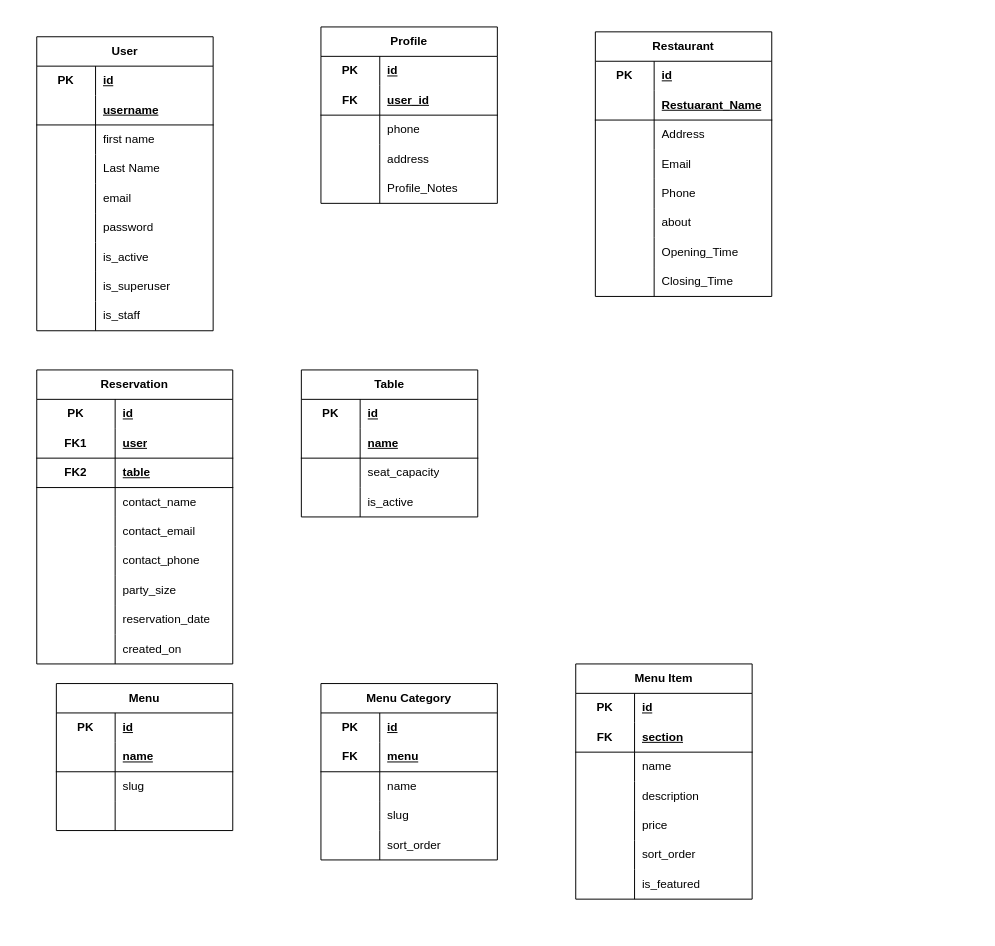
This is documentation/EntityModel.drawio from alancoomeynts-hub/casadonizetti, a draw.io file, before an edit. Source tidied: cells renumbered, new cells numbered last; positions are measured from the earlier drawing's top-left corner, leaving out a move shared by most shapes. Both pictures are drawn from the tidied source at 98%, with x=0, y=0 at pixel (36, 26).
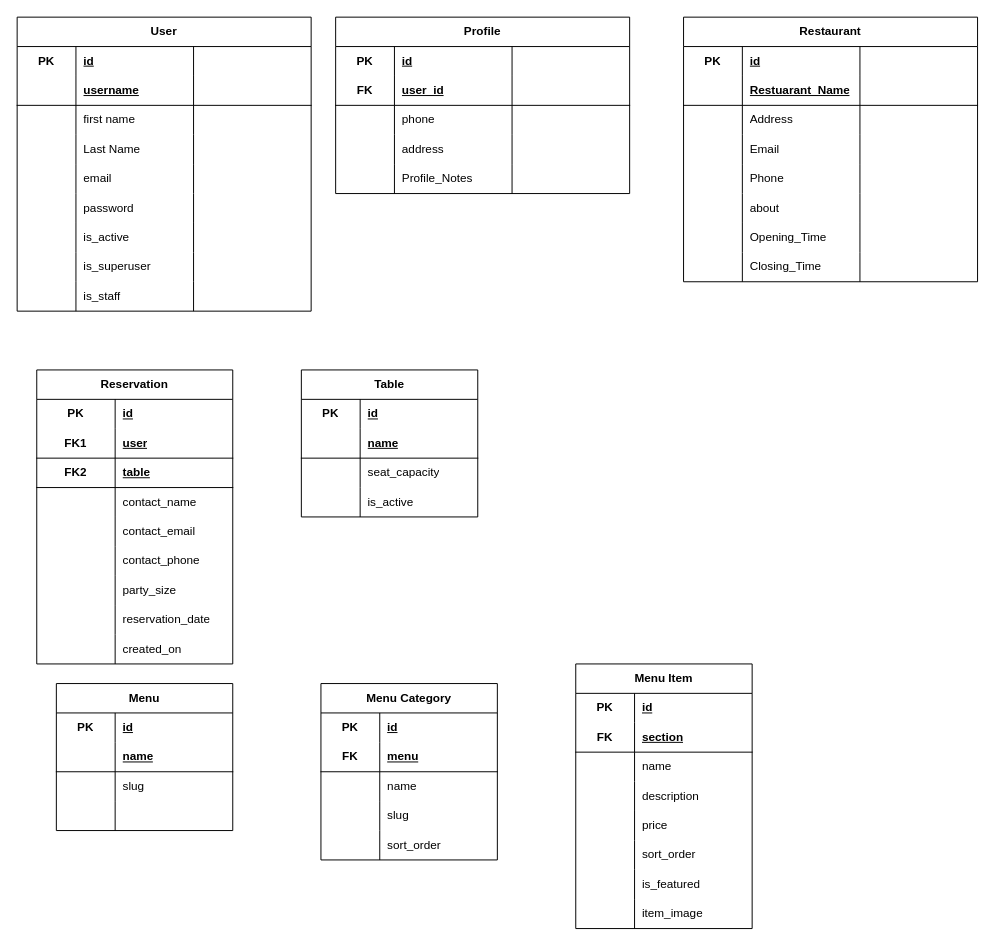
After the change.

Diff of the diagram source:
```diff
@@
     <mxCell id="2" value="User" style="shape=table;startSize=30;childLayout=tableLayout;rowLines=0;fontStyle=1;align=center;html=1;whiteSpace=wrap;" parent="1" vertex="1">
-      <mxGeometry y="10" width="180" height="300" as="geometry" />
+      <mxGeometry x="-20" y="-10" width="300" height="300" as="geometry" />
     </mxCell>
     <mxCell id="3" style="shape=tableRow;horizontal=0;startSize=0;swimlaneHead=0;swimlaneBody=0;fillColor=none;top=0;left=0;right=0;bottom=0;html=1;" parent="2" vertex="1">
-      <mxGeometry y="30" width="180" height="30" as="geometry" />
+      <mxGeometry y="30" width="300" height="30" as="geometry" />
     </mxCell>
@@
+    <mxCell id="163" style="shape=partialRectangle;fillColor=none;top=0;left=0;bottom=0;right=0;align=left;spacingLeft=6;fontStyle=5;overflow=hidden;html=1;whiteSpace=wrap;" parent="3" vertex="1">
+      <mxGeometry x="180" width="120" height="30" as="geometry" />
+    </mxCell>
     <mxCell id="6" style="shape=tableRow;horizontal=0;startSize=0;swimlaneHead=0;swimlaneBody=0;fillColor=none;top=0;left=0;right=0;bottom=1;html=1;" parent="2" vertex="1">
-      <mxGeometry y="60" width="180" height="30" as="geometry" />
+      <mxGeometry y="60" width="300" height="30" as="geometry" />
     </mxCell>
@@
+    <mxCell id="164" style="shape=partialRectangle;fillColor=none;top=0;left=0;bottom=0;right=0;align=left;spacingLeft=6;fontStyle=5;overflow=hidden;html=1;whiteSpace=wrap;" parent="6" vertex="1">
+      <mxGeometry x="180" width="120" height="30" as="geometry" />
+    </mxCell>
     <mxCell id="9" style="shape=tableRow;horizontal=0;startSize=0;swimlaneHead=0;swimlaneBody=0;fillColor=none;top=0;left=0;right=0;bottom=0;html=1;" parent="2" vertex="1">
-      <mxGeometry y="90" width="180" height="30" as="geometry" />
+      <mxGeometry y="90" width="300" height="30" as="geometry" />
     </mxCell>
@@
+    <mxCell id="165" style="shape=partialRectangle;fillColor=none;top=0;left=0;bottom=0;right=0;align=left;spacingLeft=6;overflow=hidden;html=1;whiteSpace=wrap;" parent="9" vertex="1">
+      <mxGeometry x="180" width="120" height="30" as="geometry" />
+    </mxCell>
     <mxCell id="12" style="shape=tableRow;horizontal=0;startSize=0;swimlaneHead=0;swimlaneBody=0;fillColor=none;top=0;left=0;right=0;bottom=0;html=1;" parent="2" vertex="1">
-      <mxGeometry y="120" width="180" height="30" as="geometry" />
+      <mxGeometry y="120" width="300" height="30" as="geometry" />
     </mxCell>
@@
+    <mxCell id="166" style="shape=partialRectangle;fillColor=none;top=0;left=0;bottom=0;right=0;align=left;spacingLeft=6;overflow=hidden;html=1;whiteSpace=wrap;" parent="12" vertex="1">
+      <mxGeometry x="180" width="120" height="30" as="geometry" />
+    </mxCell>
     <mxCell id="15" style="shape=tableRow;horizontal=0;startSize=0;swimlaneHead=0;swimlaneBody=0;fillColor=none;top=0;left=0;right=0;bottom=0;html=1;" parent="2" vertex="1">
-      <mxGeometry y="150" width="180" height="30" as="geometry" />
+      <mxGeometry y="150" width="300" height="30" as="geometry" />
     </mxCell>
@@
+    <mxCell id="167" style="shape=partialRectangle;fillColor=none;top=0;left=0;bottom=0;right=0;align=left;spacingLeft=6;overflow=hidden;html=1;whiteSpace=wrap;" parent="15" vertex="1">
+      <mxGeometry x="180" width="120" height="30" as="geometry" />
+    </mxCell>
     <mxCell id="18" style="shape=tableRow;horizontal=0;startSize=0;swimlaneHead=0;swimlaneBody=0;fillColor=none;top=0;left=0;right=0;bottom=0;html=1;" parent="2" vertex="1">
-      <mxGeometry y="180" width="180" height="30" as="geometry" />
+      <mxGeometry y="180" width="300" height="30" as="geometry" />
     </mxCell>
@@
+    <mxCell id="168" style="shape=partialRectangle;fillColor=none;top=0;left=0;bottom=0;right=0;align=left;spacingLeft=6;overflow=hidden;html=1;whiteSpace=wrap;" parent="18" vertex="1">
+      <mxGeometry x="180" width="120" height="30" as="geometry" />
+    </mxCell>
     <mxCell id="21" style="shape=tableRow;horizontal=0;startSize=0;swimlaneHead=0;swimlaneBody=0;fillColor=none;top=0;left=0;right=0;bottom=0;html=1;" parent="2" vertex="1">
-      <mxGeometry y="210" width="180" height="30" as="geometry" />
+      <mxGeometry y="210" width="300" height="30" as="geometry" />
     </mxCell>
@@
+    <mxCell id="169" style="shape=partialRectangle;fillColor=none;top=0;left=0;bottom=0;right=0;align=left;spacingLeft=6;overflow=hidden;html=1;whiteSpace=wrap;" parent="21" vertex="1">
+      <mxGeometry x="180" width="120" height="30" as="geometry" />
+    </mxCell>
     <mxCell id="24" style="shape=tableRow;horizontal=0;startSize=0;swimlaneHead=0;swimlaneBody=0;fillColor=none;top=0;left=0;right=0;bottom=0;html=1;" parent="2" vertex="1">
-      <mxGeometry y="240" width="180" height="30" as="geometry" />
+      <mxGeometry y="240" width="300" height="30" as="geometry" />
     </mxCell>
@@
+    <mxCell id="170" style="shape=partialRectangle;fillColor=none;top=0;left=0;bottom=0;right=0;align=left;spacingLeft=6;overflow=hidden;html=1;whiteSpace=wrap;" parent="24" vertex="1">
+      <mxGeometry x="180" width="120" height="30" as="geometry" />
+    </mxCell>
     <mxCell id="27" style="shape=tableRow;horizontal=0;startSize=0;swimlaneHead=0;swimlaneBody=0;fillColor=none;top=0;left=0;right=0;bottom=0;html=1;" parent="2" vertex="1">
-      <mxGeometry y="270" width="180" height="30" as="geometry" />
+      <mxGeometry y="270" width="300" height="30" as="geometry" />
     </mxCell>
@@
+    <mxCell id="171" style="shape=partialRectangle;fillColor=none;top=0;left=0;bottom=0;right=0;align=left;spacingLeft=6;overflow=hidden;html=1;whiteSpace=wrap;" parent="27" vertex="1">
+      <mxGeometry x="180" width="120" height="30" as="geometry" />
+    </mxCell>
     <mxCell id="30" value="Profile" style="shape=table;startSize=30;childLayout=tableLayout;rowLines=0;fontStyle=1;align=center;html=1;whiteSpace=wrap;" parent="1" vertex="1">
-      <mxGeometry x="290" width="180" height="180" as="geometry" />
+      <mxGeometry x="305" y="-10" width="300" height="180" as="geometry" />
     </mxCell>
     <mxCell id="31" style="shape=tableRow;horizontal=0;startSize=0;swimlaneHead=0;swimlaneBody=0;fillColor=none;top=0;left=0;right=0;bottom=0;html=1;" parent="30" vertex="1">
-      <mxGeometry y="30" width="180" height="30" as="geometry" />
+      <mxGeometry y="30" width="300" height="30" as="geometry" />
     </mxCell>
@@
+    <mxCell id="172" style="shape=partialRectangle;fillColor=none;top=0;left=0;bottom=0;right=0;align=left;spacingLeft=6;fontStyle=5;overflow=hidden;html=1;whiteSpace=wrap;" parent="31" vertex="1">
+      <mxGeometry x="180" width="120" height="30" as="geometry" />
+    </mxCell>
     <mxCell id="34" style="shape=tableRow;horizontal=0;startSize=0;swimlaneHead=0;swimlaneBody=0;fillColor=none;top=0;left=0;right=0;bottom=1;html=1;" parent="30" vertex="1">
-      <mxGeometry y="60" width="180" height="30" as="geometry" />
+      <mxGeometry y="60" width="300" height="30" as="geometry" />
     </mxCell>
@@
+    <mxCell id="173" style="shape=partialRectangle;fillColor=none;top=0;left=0;bottom=0;right=0;align=left;spacingLeft=6;fontStyle=5;overflow=hidden;html=1;whiteSpace=wrap;" parent="34" vertex="1">
+      <mxGeometry x="180" width="120" height="30" as="geometry" />
+    </mxCell>
     <mxCell id="37" style="shape=tableRow;horizontal=0;startSize=0;swimlaneHead=0;swimlaneBody=0;fillColor=none;top=0;left=0;right=0;bottom=0;html=1;" parent="30" vertex="1">
-      <mxGeometry y="90" width="180" height="30" as="geometry" />
+      <mxGeometry y="90" width="300" height="30" as="geometry" />
     </mxCell>
@@
+    <mxCell id="174" style="shape=partialRectangle;fillColor=none;top=0;left=0;bottom=0;right=0;align=left;spacingLeft=6;overflow=hidden;html=1;whiteSpace=wrap;" parent="37" vertex="1">
+      <mxGeometry x="180" width="120" height="30" as="geometry" />
+    </mxCell>
     <mxCell id="40" style="shape=tableRow;horizontal=0;startSize=0;swimlaneHead=0;swimlaneBody=0;fillColor=none;top=0;left=0;right=0;bottom=0;html=1;" parent="30" vertex="1">
-      <mxGeometry y="120" width="180" height="30" as="geometry" />
+      <mxGeometry y="120" width="300" height="30" as="geometry" />
     </mxCell>
@@
+    <mxCell id="175" style="shape=partialRectangle;fillColor=none;top=0;left=0;bottom=0;right=0;align=left;spacingLeft=6;overflow=hidden;html=1;whiteSpace=wrap;" parent="40" vertex="1">
+      <mxGeometry x="180" width="120" height="30" as="geometry" />
+    </mxCell>
     <mxCell id="43" style="shape=tableRow;horizontal=0;startSize=0;swimlaneHead=0;swimlaneBody=0;fillColor=none;top=0;left=0;right=0;bottom=0;html=1;" parent="30" vertex="1">
-      <mxGeometry y="150" width="180" height="30" as="geometry" />
+      <mxGeometry y="150" width="300" height="30" as="geometry" />
     </mxCell>
@@
+    <mxCell id="176" style="shape=partialRectangle;fillColor=none;top=0;left=0;bottom=0;right=0;align=left;spacingLeft=6;overflow=hidden;html=1;whiteSpace=wrap;" parent="43" vertex="1">
+      <mxGeometry x="180" width="120" height="30" as="geometry" />
+    </mxCell>
@@
     <mxCell id="116" value="Restaurant" style="shape=table;startSize=30;childLayout=tableLayout;rowLines=0;fontStyle=1;align=center;html=1;whiteSpace=wrap;" parent="1" vertex="1">
-      <mxGeometry x="570" y="5" width="180" height="270" as="geometry" />
+      <mxGeometry x="660" y="-10" width="300" height="270" as="geometry" />
     </mxCell>
     <mxCell id="117" style="shape=tableRow;horizontal=0;startSize=0;swimlaneHead=0;swimlaneBody=0;fillColor=none;top=0;left=0;right=0;bottom=0;html=1;" parent="116" vertex="1">
-      <mxGeometry y="30" width="180" height="30" as="geometry" />
+      <mxGeometry y="30" width="300" height="30" as="geometry" />
     </mxCell>
@@
+    <mxCell id="177" style="shape=partialRectangle;fillColor=none;top=0;left=0;bottom=0;right=0;align=left;spacingLeft=6;fontStyle=5;overflow=hidden;html=1;whiteSpace=wrap;" parent="117" vertex="1">
+      <mxGeometry x="180" width="120" height="30" as="geometry" />
+    </mxCell>
     <mxCell id="120" style="shape=tableRow;horizontal=0;startSize=0;swimlaneHead=0;swimlaneBody=0;fillColor=none;top=0;left=0;right=0;bottom=1;html=1;" parent="116" vertex="1">
-      <mxGeometry y="60" width="180" height="30" as="geometry" />
+      <mxGeometry y="60" width="300" height="30" as="geometry" />
     </mxCell>
@@
+    <mxCell id="178" style="shape=partialRectangle;fillColor=none;top=0;left=0;bottom=0;right=0;align=left;spacingLeft=6;fontStyle=5;overflow=hidden;html=1;whiteSpace=wrap;" parent="120" vertex="1">
+      <mxGeometry x="180" width="120" height="30" as="geometry" />
+    </mxCell>
     <mxCell id="123" style="shape=tableRow;horizontal=0;startSize=0;swimlaneHead=0;swimlaneBody=0;fillColor=none;top=0;left=0;right=0;bottom=0;html=1;" parent="116" vertex="1">
-      <mxGeometry y="90" width="180" height="30" as="geometry" />
+      <mxGeometry y="90" width="300" height="30" as="geometry" />
     </mxCell>
@@
+    <mxCell id="179" style="shape=partialRectangle;fillColor=none;top=0;left=0;bottom=0;right=0;align=left;spacingLeft=6;overflow=hidden;html=1;whiteSpace=wrap;" parent="123" vertex="1">
+      <mxGeometry x="180" width="120" height="30" as="geometry" />
+    </mxCell>
     <mxCell id="126" style="shape=tableRow;horizontal=0;startSize=0;swimlaneHead=0;swimlaneBody=0;fillColor=none;top=0;left=0;right=0;bottom=0;html=1;" parent="116" vertex="1">
-      <mxGeometry y="120" width="180" height="30" as="geometry" />
+      <mxGeometry y="120" width="300" height="30" as="geometry" />
     </mxCell>
@@
+    <mxCell id="180" style="shape=partialRectangle;fillColor=none;top=0;left=0;bottom=0;right=0;align=left;spacingLeft=6;overflow=hidden;html=1;whiteSpace=wrap;" parent="126" vertex="1">
+      <mxGeometry x="180" width="120" height="30" as="geometry" />
+    </mxCell>
     <mxCell id="129" style="shape=tableRow;horizontal=0;startSize=0;swimlaneHead=0;swimlaneBody=0;fillColor=none;top=0;left=0;right=0;bottom=0;html=1;" parent="116" vertex="1">
-      <mxGeometry y="150" width="180" height="30" as="geometry" />
+      <mxGeometry y="150" width="300" height="30" as="geometry" />
     </mxCell>
@@
+    <mxCell id="181" style="shape=partialRectangle;fillColor=none;top=0;left=0;bottom=0;right=0;align=left;spacingLeft=6;overflow=hidden;html=1;whiteSpace=wrap;" parent="129" vertex="1">
+      <mxGeometry x="180" width="120" height="30" as="geometry" />
+    </mxCell>
     <mxCell id="132" style="shape=tableRow;horizontal=0;startSize=0;swimlaneHead=0;swimlaneBody=0;fillColor=none;top=0;left=0;right=0;bottom=0;html=1;" parent="116" vertex="1">
-      <mxGeometry y="180" width="180" height="30" as="geometry" />
+      <mxGeometry y="180" width="300" height="30" as="geometry" />
     </mxCell>
@@
+    <mxCell id="182" style="shape=partialRectangle;fillColor=none;top=0;left=0;bottom=0;right=0;align=left;spacingLeft=6;overflow=hidden;html=1;whiteSpace=wrap;" parent="132" vertex="1">
+      <mxGeometry x="180" width="120" height="30" as="geometry" />
+    </mxCell>
     <mxCell id="135" style="shape=tableRow;horizontal=0;startSize=0;swimlaneHead=0;swimlaneBody=0;fillColor=none;top=0;left=0;right=0;bottom=0;html=1;" parent="116" vertex="1">
-      <mxGeometry y="210" width="180" height="30" as="geometry" />
+      <mxGeometry y="210" width="300" height="30" as="geometry" />
     </mxCell>
@@
+    <mxCell id="183" style="shape=partialRectangle;fillColor=none;top=0;left=0;bottom=0;right=0;align=left;spacingLeft=6;overflow=hidden;html=1;whiteSpace=wrap;" parent="135" vertex="1">
+      <mxGeometry x="180" width="120" height="30" as="geometry" />
+    </mxCell>
     <mxCell id="138" style="shape=tableRow;horizontal=0;startSize=0;swimlaneHead=0;swimlaneBody=0;fillColor=none;top=0;left=0;right=0;bottom=0;html=1;" parent="116" vertex="1">
-      <mxGeometry y="240" width="180" height="30" as="geometry" />
+      <mxGeometry y="240" width="300" height="30" as="geometry" />
     </mxCell>
@@
+    <mxCell id="184" style="shape=partialRectangle;fillColor=none;top=0;left=0;bottom=0;right=0;align=left;spacingLeft=6;overflow=hidden;html=1;whiteSpace=wrap;" parent="138" vertex="1">
+      <mxGeometry x="180" width="120" height="30" as="geometry" />
+    </mxCell>
     <mxCell id="141" value="Menu Item" style="shape=table;startSize=30;childLayout=tableLayout;rowLines=0;fontStyle=1;align=center;html=1;whiteSpace=wrap;" parent="1" vertex="1">
-      <mxGeometry x="550" y="650" width="180" height="240" as="geometry" />
+      <mxGeometry x="550" y="650" width="180" height="270" as="geometry" />
     </mxCell>
@@
+    <mxCell id="185" style="shape=tableRow;horizontal=0;startSize=0;swimlaneHead=0;swimlaneBody=0;fillColor=none;top=0;left=0;right=0;bottom=0;html=1;" parent="141" vertex="1">
+      <mxGeometry y="240" width="180" height="30" as="geometry" />
+    </mxCell>
+    <mxCell id="186" style="shape=partialRectangle;fillColor=none;top=0;left=0;bottom=0;right=0;overflow=hidden;html=1;whiteSpace=wrap;" parent="185" vertex="1">
+      <mxGeometry width="60" height="30" as="geometry" />
+    </mxCell>
+    <mxCell id="187" value="item_image" style="shape=partialRectangle;fillColor=none;top=0;left=0;bottom=0;right=0;align=left;spacingLeft=6;overflow=hidden;html=1;whiteSpace=wrap;" parent="185" vertex="1">
+      <mxGeometry x="60" width="120" height="30" as="geometry" />
+    </mxCell>
```
